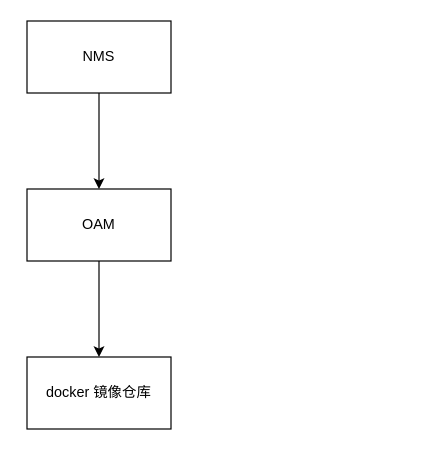
Above: 应用安装包删除.drawio in tiger7456/AAA_Drawio (draw.io), before the change. Source tidied: cells renumbered, new cells numbered last; positions are measured from the earlier drawing's top-left corner, leaving out a move shared by most shapes. Both pictures are drawn from the tidied source at 120%, with x=0, y=0 at pixel (26, 20).
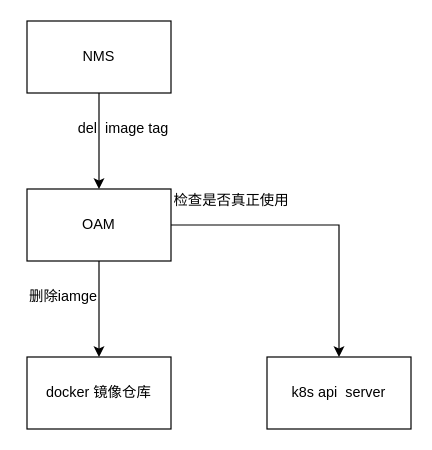
Above is the later version.

Commit message (it also covers changes not shown here):
更新应用安装包删除.drawio

Diff of the diagram source:
```diff
@@
 <mxGraphModel>
   <root>
     <mxCell id="0" />
     <mxCell id="1" parent="0" />
     <mxCell id="2" style="edgeStyle=orthogonalEdgeStyle;rounded=0;jettySize=auto;html=1;" parent="1" edge="1" source="3" target="5">
       <mxGeometry relative="1" as="geometry" />
     </mxCell>
     <mxCell id="3" value="NMS" style="rounded=0;whiteSpace=wrap;html=1;" parent="1" vertex="1">
       <mxGeometry width="120" height="60" as="geometry" />
     </mxCell>
     <mxCell id="4" style="edgeStyle=orthogonalEdgeStyle;rounded=0;jettySize=auto;html=1;" parent="1" edge="1" source="5" target="6">
       <mxGeometry relative="1" as="geometry" />
     </mxCell>
+    <mxCell id="7" style="edgeStyle=orthogonalEdgeStyle;rounded=0;jettySize=auto;html=1;exitX=1;exitY=0.5;exitDx=0;exitDy=0;entryX=0.5;entryY=0;entryDx=0;entryDy=0;" parent="1" edge="1" source="5" target="9">
+      <mxGeometry relative="1" as="geometry" />
+    </mxCell>
     <mxCell id="5" value="OAM" style="rounded=0;whiteSpace=wrap;html=1;" parent="1" vertex="1">
       <mxGeometry y="140" width="120" height="60" as="geometry" />
     </mxCell>
     <mxCell id="6" value="docker 镜像仓库" style="whiteSpace=wrap;html=1;rounded=0;" parent="1" vertex="1">
       <mxGeometry y="280" width="120" height="60" as="geometry" />
     </mxCell>
+    <mxCell id="8" value="del&amp;nbsp; image tag" style="text;html=1;align=center;verticalAlign=middle;strokeColor=none;" parent="1" vertex="1">
+      <mxGeometry x="35" y="80" width="90" height="20" as="geometry" />
+    </mxCell>
+    <mxCell id="9" value="k8s api&amp;nbsp; server" style="rounded=0;whiteSpace=wrap;html=1;" parent="1" vertex="1">
+      <mxGeometry x="200" y="280" width="120" height="60" as="geometry" />
+    </mxCell>
+    <mxCell id="10" value="检查是否真正使用" style="text;html=1;align=center;verticalAlign=middle;strokeColor=none;" parent="1" vertex="1">
+      <mxGeometry x="115" y="140" width="110" height="20" as="geometry" />
+    </mxCell>
+    <mxCell id="11" value="删除iamge" style="text;html=1;align=center;verticalAlign=middle;strokeColor=none;" parent="1" vertex="1">
+      <mxGeometry x="-5" y="220" width="70" height="20" as="geometry" />
+    </mxCell>
   </root>
 </mxGraphModel>
```
